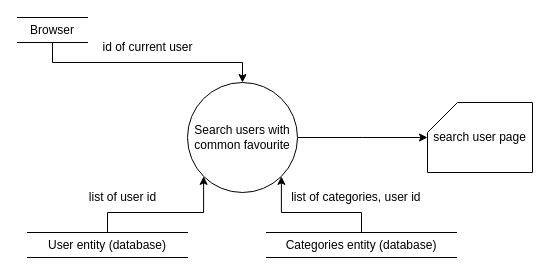
The draw.io diagram DFD/UserRecommendation.drawio in DonaldLamNL/buzzer, before the edit. Source tidied: cells renumbered, new cells numbered last; positions are measured from the earlier drawing's top-left corner, leaving out a move shared by most shapes. Both pictures are drawn from the tidied source at 100%, with x=0, y=0 at pixel (17, 17).
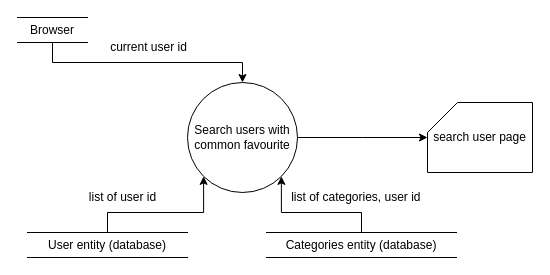
The same page after the edit.

The edit, as a diff of the source:
```diff
@@
 <mxGraphModel>
   <root>
     <mxCell id="0" />
     <mxCell id="1" parent="0" />
     <mxCell id="2" style="edgeStyle=orthogonalEdgeStyle;rounded=0;jettySize=auto;html=1;exitX=0.5;exitY=1;exitDx=0;exitDy=0;entryX=0.5;entryY=0;entryDx=0;entryDy=0;" parent="1" edge="1" source="3" target="8">
       <mxGeometry relative="1" as="geometry" />
     </mxCell>
     <mxCell id="3" value="Browser" style="shape=partialRectangle;whiteSpace=wrap;html=1;left=0;right=0;fillColor=none;rounded=0;strokeColor=default;fontFamily=Helvetica;fontSize=12;fontColor=default;" parent="1" vertex="1">
       <mxGeometry width="70" height="25" as="geometry" />
     </mxCell>
     <mxCell id="4" style="edgeStyle=orthogonalEdgeStyle;rounded=0;jettySize=auto;html=1;exitX=0.5;exitY=0;exitDx=0;exitDy=0;entryX=0;entryY=1;entryDx=0;entryDy=0;" parent="1" edge="1" source="5" target="8">
       <mxGeometry relative="1" as="geometry" />
     </mxCell>
     <mxCell id="5" value="User entity (database)" style="shape=partialRectangle;whiteSpace=wrap;html=1;left=0;right=0;fillColor=none;rounded=0;strokeColor=default;fontFamily=Helvetica;fontSize=12;fontColor=default;" parent="1" vertex="1">
       <mxGeometry x="10" y="215" width="160" height="25" as="geometry" />
     </mxCell>
-    <mxCell id="6" value="id of current user" style="text;html=1;align=center;verticalAlign=middle;strokeColor=none;fillColor=none;" parent="1" vertex="1">
-      <mxGeometry x="75" y="15" width="110" height="30" as="geometry" />
+    <mxCell id="6" value="current user id" style="text;html=1;align=center;verticalAlign=middle;strokeColor=none;fillColor=none;" parent="1" vertex="1">
+      <mxGeometry x="83" y="17" width="95" height="26" as="geometry" />
     </mxCell>
     <mxCell id="7" style="edgeStyle=orthogonalEdgeStyle;rounded=0;jettySize=auto;html=1;exitX=1;exitY=0.5;exitDx=0;exitDy=0;" parent="1" edge="1" source="8">
       <mxGeometry relative="1" as="geometry">
         <mxPoint x="410" y="120" as="targetPoint" />
       </mxGeometry>
     </mxCell>
     <mxCell id="8" value="Search users with common favourite" style="ellipse;whiteSpace=wrap;html=1;" parent="1" vertex="1">
       <mxGeometry x="170" y="65" width="110" height="110" as="geometry" />
     </mxCell>
     <mxCell id="9" value="list of user id" style="text;html=1;align=center;verticalAlign=middle;strokeColor=none;fillColor=none;" parent="1" vertex="1">
       <mxGeometry x="60" y="165" width="90" height="30" as="geometry" />
     </mxCell>
     <mxCell id="10" style="edgeStyle=orthogonalEdgeStyle;rounded=0;jettySize=auto;html=1;exitX=0.5;exitY=0;exitDx=0;exitDy=0;entryX=1;entryY=1;entryDx=0;entryDy=0;" parent="1" edge="1" source="11" target="8">
       <mxGeometry relative="1" as="geometry" />
     </mxCell>
     <mxCell id="11" value="Categories entity (database)" style="shape=partialRectangle;whiteSpace=wrap;html=1;left=0;right=0;fillColor=none;rounded=0;strokeColor=default;fontFamily=Helvetica;fontSize=12;fontColor=default;" parent="1" vertex="1">
       <mxGeometry x="249" y="215" width="190" height="25" as="geometry" />
     </mxCell>
     <mxCell id="12" value="list of categories, user id&amp;nbsp;" style="text;html=1;align=center;verticalAlign=middle;strokeColor=none;fillColor=none;" parent="1" vertex="1">
       <mxGeometry x="260" y="165" width="160" height="30" as="geometry" />
     </mxCell>
     <mxCell id="13" value="search user page" style="shape=card;whiteSpace=wrap;html=1;" parent="1" vertex="1">
       <mxGeometry x="410" y="85" width="105" height="70" as="geometry" />
     </mxCell>
   </root>
 </mxGraphModel>
```
